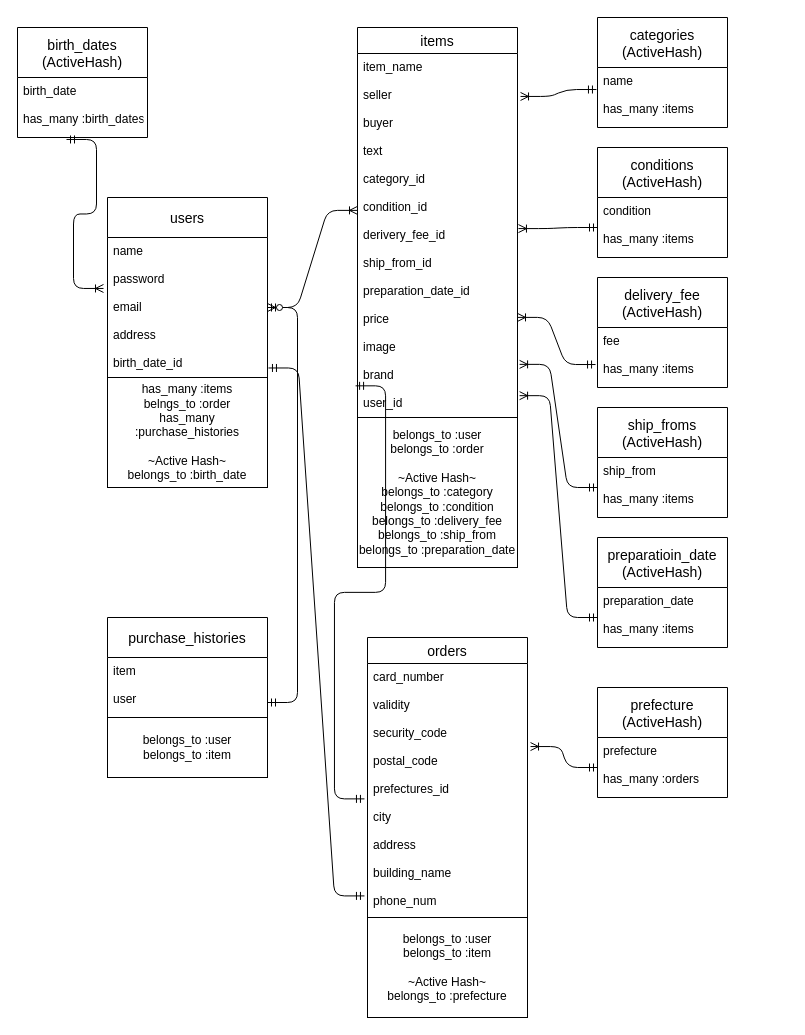
This is furima 37858.dio from taishi0502/furima-37858, a draw.io file, before an edit. Source tidied: cells renumbered, new cells numbered last; positions are measured from the earlier drawing's top-left corner, leaving out a move shared by most shapes. Both pictures are drawn from the tidied source at 100%, with x=0, y=0 at pixel (17, 17).
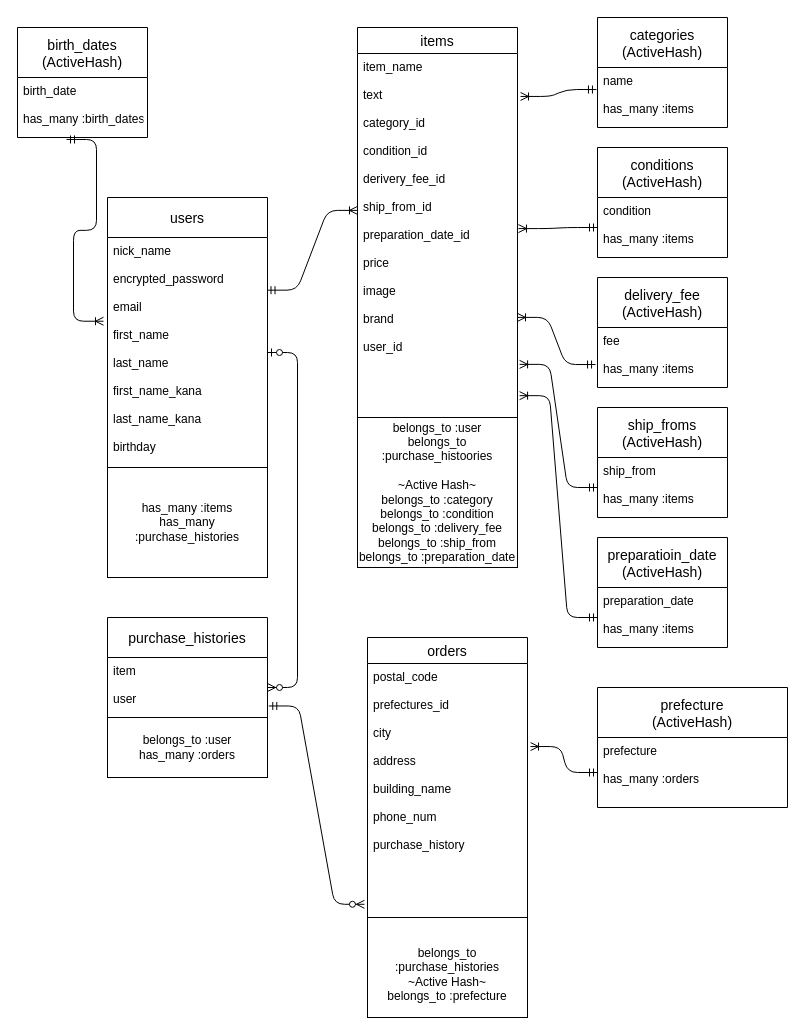
After the change.

Commit message (it also covers changes not shown here):
修正依頼の訂正2

The change refers to these unchanged cells:
```xml
<mxCell id="7" value="items" style="swimlane;fontStyle=0;horizontal=1;startSize=26;align=center;fontSize=14;" parent="1" vertex="1">
  <mxGeometry x="340" y="10" width="160" height="390" as="geometry" />
</mxCell>
<mxCell id="27" value="orders" style="swimlane;fontStyle=0;horizontal=1;startSize=26;align=center;fontSize=14;" parent="1" vertex="1">
  <mxGeometry x="350" y="620" width="160" height="280" as="geometry" />
</mxCell>
<mxCell id="34" value="item&#10;&#10;user" style="text;strokeColor=none;fillColor=none;spacingLeft=4;spacingRight=4;overflow=hidden;points=[[0,0.5],[1,0.5]];portConstraint=eastwest;fontSize=12;" parent="33" vertex="1">
  <mxGeometry y="40" width="160" height="60" as="geometry" />
</mxCell>
```

Change to the diagram source:
```diff
@@
     <mxCell id="4" value="users" style="swimlane;fontStyle=0;horizontal=1;startSize=40;align=center;fontSize=14;" parent="1" vertex="1">
-      <mxGeometry x="90" y="180" width="160" height="180" as="geometry" />
+      <mxGeometry x="90" y="180" width="160" height="270" as="geometry" />
     </mxCell>
-    <mxCell id="5" value="name&#10;&#10;password&#10;&#10;email&#10;&#10;address&#10;&#10;birth_date_id&#10;" style="text;strokeColor=none;fillColor=none;spacingLeft=4;spacingRight=4;overflow=hidden;points=[[0,0.5],[1,0.5]];portConstraint=eastwest;fontSize=12;" parent="4" vertex="1">
-      <mxGeometry y="40" width="160" height="140" as="geometry" />
+    <mxCell id="5" value="nick_name&#10;&#10;encrypted_password&#10;&#10;email&#10;&#10;first_name&#10;&#10;last_name&#10;&#10;first_name_kana&#10;&#10;last_name_kana&#10;&#10;birthday&#10;" style="text;strokeColor=none;fillColor=none;spacingLeft=4;spacingRight=4;overflow=hidden;points=[[0,0.5],[1,0.5]];portConstraint=eastwest;fontSize=12;" parent="4" vertex="1">
+      <mxGeometry y="40" width="160" height="230" as="geometry" />
     </mxCell>
-    <mxCell id="6" value="has_many :items&lt;br&gt;belngs_to :order&lt;br&gt;has_many :purchase_histories&lt;br&gt;&lt;br&gt;~Active Hash~&lt;br&gt;belongs_to :birth_date" style="whiteSpace=wrap;html=1;align=center;" parent="1" vertex="1">
-      <mxGeometry x="90" y="360" width="160" height="110" as="geometry" />
+    <mxCell id="6" value="has_many :items&lt;br&gt;has_many :purchase_histories" style="whiteSpace=wrap;html=1;align=center;" parent="1" vertex="1">
+      <mxGeometry x="90" y="450" width="160" height="110" as="geometry" />
     </mxCell>
@@
-    <mxCell id="8" value="item_name&#10;&#10;seller&#10;&#10;buyer&#10;&#10;text&#10;&#10;category_id&#10;&#10;condition_id&#10;&#10;derivery_fee_id&#10;&#10;ship_from_id&#10;&#10;preparation_date_id&#10;&#10;price&#10;&#10;image&#10;&#10;brand&#10;&#10;user_id&#10;" style="text;strokeColor=none;fillColor=none;spacingLeft=4;spacingRight=4;overflow=hidden;points=[[0,0.5],[1,0.5]];portConstraint=eastwest;fontSize=12;" parent="7" vertex="1">
+    <mxCell id="8" value="item_name&#10;&#10;text&#10;&#10;category_id&#10;&#10;condition_id&#10;&#10;derivery_fee_id&#10;&#10;ship_from_id&#10;&#10;preparation_date_id&#10;&#10;price&#10;&#10;image&#10;&#10;brand&#10;&#10;user_id&#10;" style="text;strokeColor=none;fillColor=none;spacingLeft=4;spacingRight=4;overflow=hidden;points=[[0,0.5],[1,0.5]];portConstraint=eastwest;fontSize=12;" parent="7" vertex="1">
       <mxGeometry y="26" width="160" height="364" as="geometry" />
     </mxCell>
-    <mxCell id="9" value="belongs_to :user&lt;br&gt;belongs_to :order&lt;br&gt;&lt;br&gt;~Active Hash~&lt;br&gt;belongs_to :category&lt;br&gt;belongs_to :condition&lt;br&gt;belongs_to :delivery_fee&lt;br&gt;belongs_to :ship_from&lt;br&gt;belongs_to :preparation_date" style="whiteSpace=wrap;html=1;align=center;" parent="1" vertex="1">
+    <mxCell id="9" value="belongs_to :user&lt;br&gt;belongs_to :purchase_histoories&lt;br&gt;&lt;br&gt;~Active Hash~&lt;br&gt;belongs_to :category&lt;br&gt;belongs_to :condition&lt;br&gt;belongs_to :delivery_fee&lt;br&gt;belongs_to :ship_from&lt;br&gt;belongs_to :preparation_date" style="whiteSpace=wrap;html=1;align=center;" parent="1" vertex="1">
       <mxGeometry x="340" y="400" width="160" height="150" as="geometry" />
     </mxCell>
@@
-    <mxCell id="21" style="edgeStyle=entityRelationEdgeStyle;fontSize=12;html=1;endArrow=ERoneToMany;startArrow=ERmandOne;exitX=1;exitY=0.5;exitDx=0;exitDy=0;entryX=0;entryY=0.431;entryDx=0;entryDy=0;entryPerimeter=0;" parent="1" edge="1" source="5" target="8">
+    <mxCell id="21" style="edgeStyle=entityRelationEdgeStyle;fontSize=12;html=1;endArrow=ERoneToMany;startArrow=ERmandOne;exitX=0.997;exitY=0.229;exitDx=0;exitDy=0;entryX=0;entryY=0.431;entryDx=0;entryDy=0;entryPerimeter=0;exitPerimeter=0;" parent="1" edge="1" source="5" target="8">
       <mxGeometry relative="1" as="geometry" />
     </mxCell>
@@
-    <mxCell id="28" value="card_number &#10;&#10;validity&#10;&#10;security_code&#10;&#10;postal_code&#10;&#10;prefectures_id&#10;&#10;city&#10;&#10;address&#10;&#10;building_name&#10;&#10;phone_num" style="text;strokeColor=none;fillColor=none;spacingLeft=4;spacingRight=4;overflow=hidden;points=[[0,0.5],[1,0.5]];portConstraint=eastwest;fontSize=12;" parent="27" vertex="1">
+    <mxCell id="28" value="postal_code&#10;&#10;prefectures_id&#10;&#10;city&#10;&#10;address&#10;&#10;building_name&#10;&#10;phone_num&#10;&#10;purchase_history" style="text;strokeColor=none;fillColor=none;spacingLeft=4;spacingRight=4;overflow=hidden;points=[[0,0.5],[1,0.5]];portConstraint=eastwest;fontSize=12;" parent="27" vertex="1">
       <mxGeometry y="26" width="160" height="254" as="geometry" />
     </mxCell>
     <mxCell id="29" value="prefecture&#10;(ActiveHash)" style="swimlane;fontStyle=0;horizontal=1;startSize=50;align=center;fontSize=14;" parent="1" vertex="1">
-      <mxGeometry x="580" y="670" width="130" height="110" as="geometry" />
+      <mxGeometry x="580" y="670" width="190" height="120" as="geometry" />
     </mxCell>
-    <mxCell id="30" value="prefecture&#10;&#10;has_many :orders&#10;" style="text;strokeColor=none;fillColor=none;spacingLeft=4;spacingRight=4;overflow=hidden;points=[[0,0.5],[1,0.5]];portConstraint=eastwest;fontSize=12;" parent="29" vertex="1">
-      <mxGeometry y="50" width="130" height="60" as="geometry" />
+    <mxCell id="30" value="prefecture&#10;&#10;has_many :orders&#10;&#10;" style="text;strokeColor=none;fillColor=none;spacingLeft=4;spacingRight=4;overflow=hidden;points=[[0,0.5],[1,0.5]];portConstraint=eastwest;fontSize=12;" parent="29" vertex="1">
+      <mxGeometry y="50" width="190" height="70" as="geometry" />
     </mxCell>
@@
-    <mxCell id="32" value="belongs_to :user&lt;br&gt;belongs_to :item&lt;br&gt;&lt;br&gt;~Active Hash~&lt;br&gt;belongs_to :prefecture" style="whiteSpace=wrap;html=1;align=center;" parent="1" vertex="1">
+    <mxCell id="32" value="&lt;br&gt;belongs_to :purchase_histories&lt;br&gt;~Active Hash~&lt;br&gt;belongs_to :prefecture" style="whiteSpace=wrap;html=1;align=center;" parent="1" vertex="1">
       <mxGeometry x="350" y="900" width="160" height="100" as="geometry" />
     </mxCell>
@@
-    <mxCell id="35" value="belongs_to :user&lt;br&gt;belongs_to :item" style="whiteSpace=wrap;html=1;align=center;" parent="1" vertex="1">
+    <mxCell id="35" value="belongs_to :user&lt;br&gt;has_many :orders" style="whiteSpace=wrap;html=1;align=center;" parent="1" vertex="1">
       <mxGeometry x="90" y="700" width="160" height="60" as="geometry" />
     </mxCell>
-    <mxCell id="36" style="edgeStyle=entityRelationEdgeStyle;fontSize=12;html=1;endArrow=ERmandOne;startArrow=ERmandOne;exitX=-0.019;exitY=0.533;exitDx=0;exitDy=0;exitPerimeter=0;entryX=-0.012;entryY=0.913;entryDx=0;entryDy=0;entryPerimeter=0;" parent="1" edge="1" source="28" target="8">
-      <mxGeometry relative="1" as="geometry" />
-    </mxCell>
-    <mxCell id="37" style="edgeStyle=entityRelationEdgeStyle;fontSize=12;html=1;endArrow=ERmandOne;startArrow=ERmandOne;exitX=-0.019;exitY=0.915;exitDx=0;exitDy=0;exitPerimeter=0;entryX=1.006;entryY=0.932;entryDx=0;entryDy=0;entryPerimeter=0;" parent="1" edge="1" source="28" target="5">
-      <mxGeometry relative="1" as="geometry" />
-    </mxCell>
-    <mxCell id="38" style="edgeStyle=entityRelationEdgeStyle;fontSize=12;html=1;endArrow=ERzeroToMany;startArrow=ERmandOne;exitX=1;exitY=0.75;exitDx=0;exitDy=0;exitPerimeter=0;entryX=1;entryY=0.5;entryDx=0;entryDy=0;" parent="1" edge="1" source="34" target="5">
-      <mxGeometry relative="1" as="geometry" />
-    </mxCell>
+    <mxCell id="39" style="edgeStyle=entityRelationEdgeStyle;fontSize=12;html=1;endArrow=ERzeroToMany;startArrow=ERmandOne;exitX=1.008;exitY=0.808;exitDx=0;exitDy=0;exitPerimeter=0;entryX=-0.019;entryY=0.948;entryDx=0;entryDy=0;entryPerimeter=0;" parent="1" edge="1" source="34" target="28">
+      <mxGeometry relative="1" as="geometry" />
+    </mxCell>
+    <mxCell id="40" style="edgeStyle=entityRelationEdgeStyle;fontSize=12;html=1;endArrow=ERzeroToMany;startArrow=ERzeroToOne;exitX=1;exitY=0.5;exitDx=0;exitDy=0;entryX=1;entryY=0.5;entryDx=0;entryDy=0;" parent="1" edge="1" source="5" target="34">
+      <mxGeometry relative="1" as="geometry" />
+    </mxCell>
```
